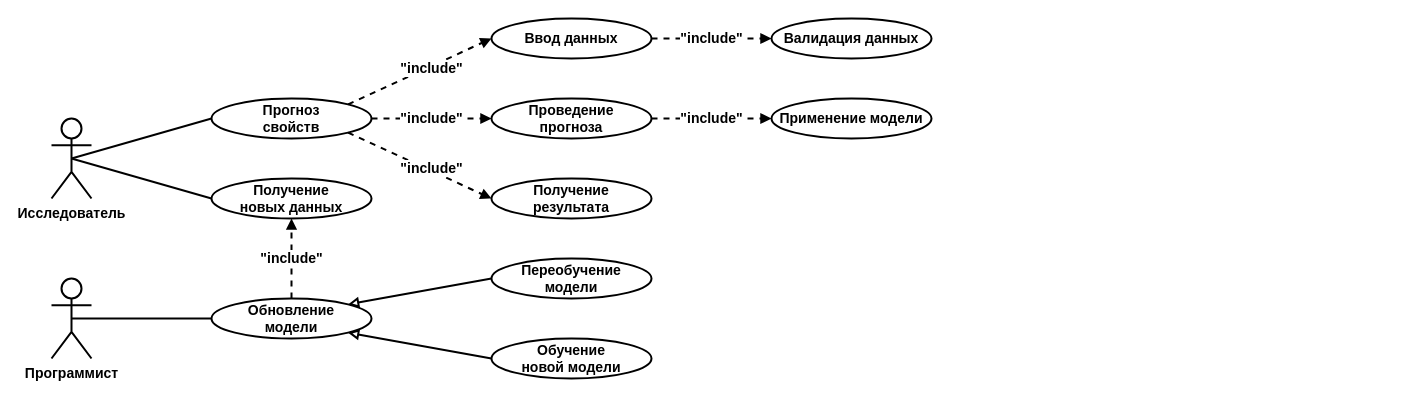
Before: page "Диаграмма прецедентов" (1 of 5) of ВКР, отчет/ВКР, приложение/ВКР, UML.drawio in Cyber-Limon/Final_qualifying_work___Diploma, a draw.io diagram. Source tidied: cells renumbered, new cells numbered last; positions are measured from the earlier drawing's top-left corner, leaving out a move shared by most shapes. Both pictures are drawn from the tidied source at 100%, with x=0, y=0 at pixel (51, 18).
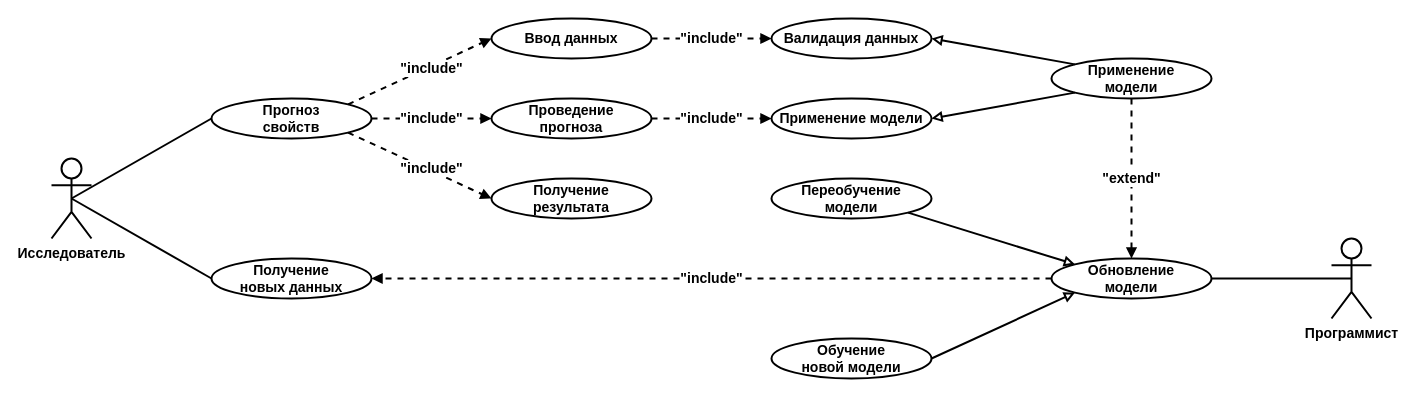
Above is the later version.

The change refers to these unchanged cells:
```xml
<mxCell id="22" value="&lt;font style=&quot;font-size: 14px;&quot;&gt;&lt;b&gt;Валидация данных&lt;/b&gt;&lt;/font&gt;" style="ellipse;whiteSpace=wrap;html=1;strokeWidth=2;" parent="1" vertex="1">
  <mxGeometry x="720" width="160" height="40" as="geometry" />
</mxCell>
<mxCell id="23" value="&lt;font style=&quot;font-size: 14px;&quot;&gt;&lt;b&gt;Применение модели&lt;/b&gt;&lt;/font&gt;" style="ellipse;whiteSpace=wrap;html=1;strokeWidth=2;" parent="1" vertex="1">
  <mxGeometry x="720" y="80" width="160" height="40" as="geometry" />
</mxCell>
```

The edit, as a diff of the source:
```diff
@@
     <mxCell id="2" value="&lt;font style=&quot;font-size: 14px;&quot;&gt;&lt;b&gt;Исследователь&lt;/b&gt;&lt;/font&gt;" style="shape=umlActor;verticalLabelPosition=bottom;verticalAlign=top;html=1;outlineConnect=0;strokeWidth=2;" parent="1" vertex="1">
-      <mxGeometry y="100" width="40" height="80" as="geometry" />
+      <mxGeometry y="140" width="40" height="80" as="geometry" />
     </mxCell>
     <mxCell id="3" value="&lt;font style=&quot;font-size: 14px;&quot;&gt;&lt;b&gt;Программист&lt;/b&gt;&lt;/font&gt;" style="shape=umlActor;verticalLabelPosition=bottom;verticalAlign=top;html=1;outlineConnect=0;strokeWidth=2;" parent="1" vertex="1">
-      <mxGeometry y="260" width="40" height="80" as="geometry" />
+      <mxGeometry x="1280" y="220" width="40" height="80" as="geometry" />
     </mxCell>
@@
     <mxCell id="13" value="&lt;span style=&quot;font-size: 14px;&quot;&gt;&lt;b&gt;Обновление&lt;/b&gt;&lt;/span&gt;&lt;div&gt;&lt;span style=&quot;font-size: 14px;&quot;&gt;&lt;b&gt;модели&lt;/b&gt;&lt;/span&gt;&lt;/div&gt;" style="ellipse;whiteSpace=wrap;html=1;strokeWidth=2;" parent="1" vertex="1">
-      <mxGeometry x="160" y="280" width="160" height="40" as="geometry" />
+      <mxGeometry x="1000" y="240" width="160" height="40" as="geometry" />
     </mxCell>
     <mxCell id="14" value="&lt;span style=&quot;font-size: 14px;&quot;&gt;&lt;b&gt;Переобучение&lt;/b&gt;&lt;/span&gt;&lt;div&gt;&lt;span style=&quot;font-size: 14px;&quot;&gt;&lt;b&gt;модели&lt;/b&gt;&lt;/span&gt;&lt;/div&gt;" style="ellipse;whiteSpace=wrap;html=1;strokeWidth=2;" parent="1" vertex="1">
-      <mxGeometry x="440" y="240" width="160" height="40" as="geometry" />
+      <mxGeometry x="720" y="160" width="160" height="40" as="geometry" />
     </mxCell>
     <mxCell id="15" value="&lt;span style=&quot;font-size: 14px;&quot;&gt;&lt;b&gt;Обучение&lt;/b&gt;&lt;/span&gt;&lt;div&gt;&lt;span style=&quot;font-size: 14px;&quot;&gt;&lt;b&gt;новой модели&lt;/b&gt;&lt;/span&gt;&lt;/div&gt;" style="ellipse;whiteSpace=wrap;html=1;strokeWidth=2;" parent="1" vertex="1">
-      <mxGeometry x="440" y="320" width="160" height="40" as="geometry" />
+      <mxGeometry x="720" y="320" width="160" height="40" as="geometry" />
     </mxCell>
-    <mxCell id="16" style="endArrow=block;html=1;rounded=0;exitX=0;exitY=0.5;exitDx=0;exitDy=0;entryX=1;entryY=0;entryDx=0;entryDy=0;strokeWidth=2;endFill=0;" parent="1" edge="1" source="14" target="13">
+    <mxCell id="16" style="endArrow=block;html=1;rounded=0;exitX=1;exitY=1;exitDx=0;exitDy=0;strokeWidth=2;endFill=0;entryX=0;entryY=0;entryDx=0;entryDy=0;" parent="1" edge="1" source="14" target="13">
       <mxGeometry relative="1" as="geometry" />
     </mxCell>
-    <mxCell id="17" style="endArrow=block;html=1;rounded=0;exitX=0;exitY=0.5;exitDx=0;exitDy=0;entryX=1;entryY=1;entryDx=0;entryDy=0;strokeWidth=2;endFill=0;" parent="1" edge="1" source="15" target="13">
+    <mxCell id="17" style="endArrow=block;html=1;rounded=0;exitX=1;exitY=0.5;exitDx=0;exitDy=0;strokeWidth=2;endFill=0;entryX=0;entryY=1;entryDx=0;entryDy=0;" parent="1" edge="1" source="15" target="13">
       <mxGeometry relative="1" as="geometry" />
     </mxCell>
-    <mxCell id="18" style="endArrow=none;html=1;rounded=0;exitX=0.5;exitY=0.5;exitDx=0;exitDy=0;exitPerimeter=0;entryX=0;entryY=0.5;entryDx=0;entryDy=0;strokeWidth=2;" parent="1" edge="1" source="3" target="13">
+    <mxCell id="18" style="endArrow=none;html=1;rounded=0;exitX=0.5;exitY=0.5;exitDx=0;exitDy=0;exitPerimeter=0;strokeWidth=2;entryX=1;entryY=0.5;entryDx=0;entryDy=0;" parent="1" edge="1" source="3" target="13">
       <mxGeometry relative="1" as="geometry" />
     </mxCell>
     <mxCell id="19" value="&lt;span style=&quot;font-size: 14px;&quot;&gt;&lt;b&gt;Получение&lt;/b&gt;&lt;/span&gt;&lt;div&gt;&lt;b style=&quot;font-size: 14px; background-color: transparent; color: light-dark(rgb(0, 0, 0), rgb(255, 255, 255));&quot;&gt;новых данных&lt;/b&gt;&lt;/div&gt;" style="ellipse;whiteSpace=wrap;html=1;strokeWidth=2;" parent="1" vertex="1">
-      <mxGeometry x="160" y="160" width="160" height="40" as="geometry" />
+      <mxGeometry x="160" y="240" width="160" height="40" as="geometry" />
     </mxCell>
@@
-    <mxCell id="21" value="&lt;font style=&quot;font-size: 14px;&quot;&gt;&lt;b style=&quot;&quot;&gt;&quot;include&quot;&lt;/b&gt;&lt;/font&gt;" style="endArrow=block;html=1;rounded=0;exitX=0.5;exitY=0;exitDx=0;exitDy=0;entryX=0.5;entryY=1;entryDx=0;entryDy=0;strokeWidth=2;endFill=1;dashed=1;" parent="1" edge="1" source="13" target="19">
+    <mxCell id="21" value="&lt;font style=&quot;font-size: 14px;&quot;&gt;&lt;b style=&quot;&quot;&gt;&quot;include&quot;&lt;/b&gt;&lt;/font&gt;" style="endArrow=block;html=1;rounded=0;exitX=0;exitY=0.5;exitDx=0;exitDy=0;strokeWidth=2;endFill=1;dashed=1;entryX=1;entryY=0.5;entryDx=0;entryDy=0;" parent="1" edge="1" source="13" target="19">
       <mxGeometry relative="1" as="geometry" />
     </mxCell>
@@
+    <mxCell id="25" value="&lt;span style=&quot;font-size: 14px;&quot;&gt;&lt;b&gt;Применение&lt;/b&gt;&lt;/span&gt;&lt;div&gt;&lt;span style=&quot;font-size: 14px;&quot;&gt;&lt;b&gt;модели&lt;/b&gt;&lt;/span&gt;&lt;/div&gt;" style="ellipse;whiteSpace=wrap;html=1;strokeWidth=2;" parent="1" vertex="1">
+      <mxGeometry x="1000" y="40" width="160" height="40" as="geometry" />
+    </mxCell>
+    <mxCell id="26" style="endArrow=block;html=1;rounded=0;exitX=0;exitY=0;exitDx=0;exitDy=0;entryX=1;entryY=0.5;entryDx=0;entryDy=0;strokeWidth=2;endFill=0;" parent="1" edge="1" source="25" target="22">
+      <mxGeometry relative="1" as="geometry" />
+    </mxCell>
+    <mxCell id="27" style="endArrow=block;html=1;rounded=0;exitX=0;exitY=1;exitDx=0;exitDy=0;entryX=1;entryY=0.5;entryDx=0;entryDy=0;strokeWidth=2;endFill=0;" parent="1" edge="1" source="25" target="23">
+      <mxGeometry relative="1" as="geometry" />
+    </mxCell>
+    <mxCell id="28" value="&lt;font style=&quot;&quot;&gt;&lt;b style=&quot;font-size: 14px;&quot;&gt;&quot;&lt;/b&gt;&lt;span style=&quot;font-size: 14px;&quot;&gt;&lt;b&gt;extend&lt;/b&gt;&lt;/span&gt;&lt;b style=&quot;font-size: 14px;&quot;&gt;&quot;&lt;/b&gt;&lt;/font&gt;" style="endArrow=block;html=1;rounded=0;exitX=0.5;exitY=1;exitDx=0;exitDy=0;entryX=0.5;entryY=0;entryDx=0;entryDy=0;strokeWidth=2;endFill=1;dashed=1;" parent="1" edge="1" source="25" target="13">
+      <mxGeometry relative="1" as="geometry" />
+    </mxCell>
```
